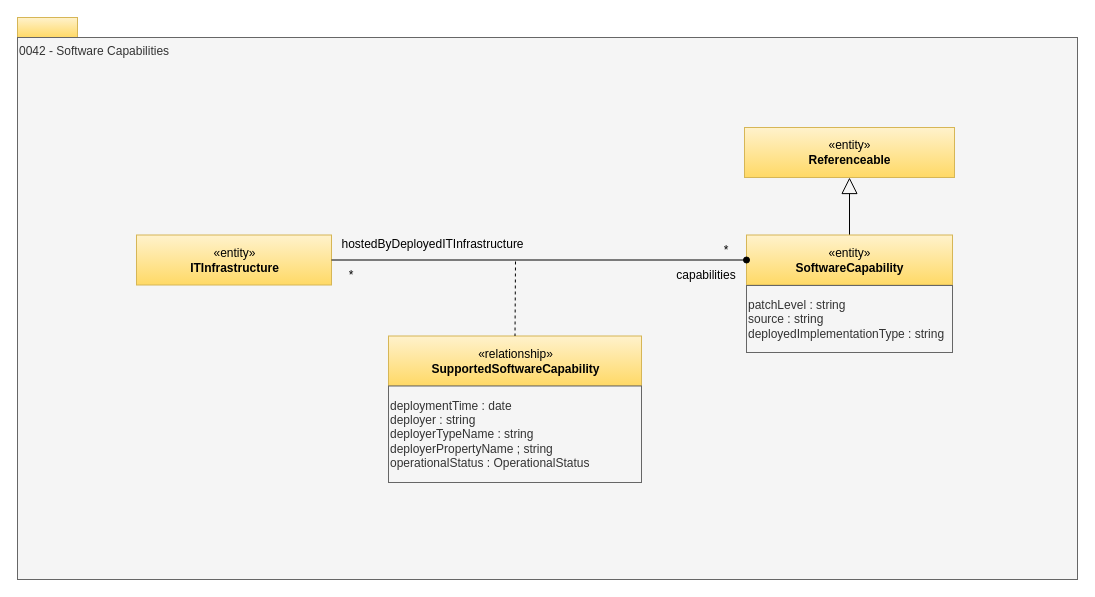
Above: page "0042-Software-Capabilities" (25 of 32) of site/docs/types/0/area-0-basic-types-and-infrastructure.drawio in odpi/egeria-docs (draw.io), before the change. Source tidied: cells renumbered, new cells numbered last; positions are measured from the earlier drawing's top-left corner, leaving out a move shared by most shapes. Both pictures are drawn from the tidied source at 100%, with x=0, y=0 at pixel (17, 17).
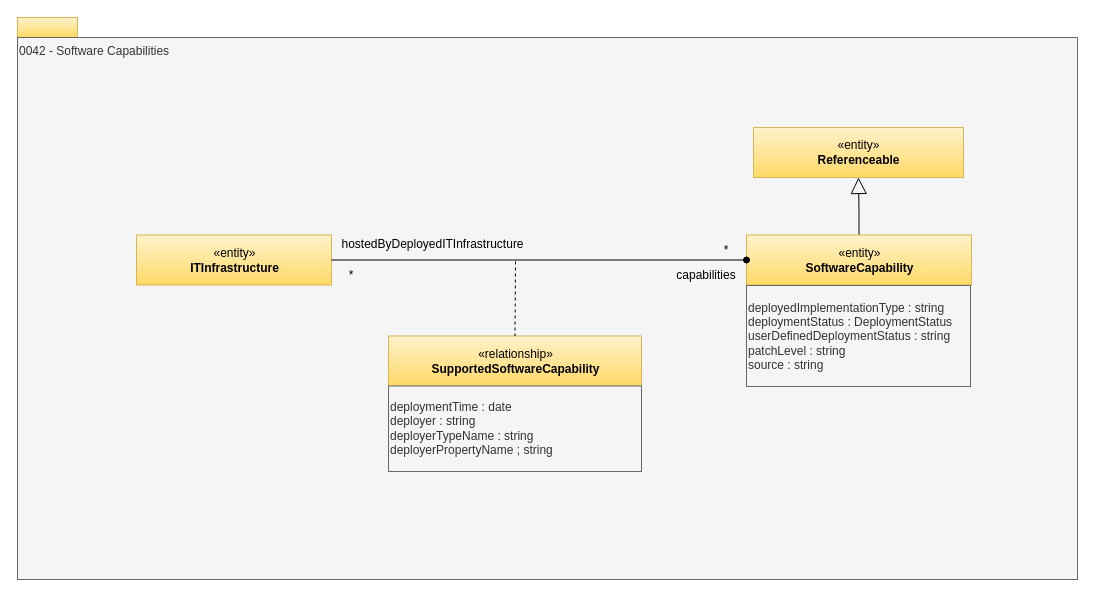
After the change.

The edit, as a diff of the source:
```diff
@@
 <mxGraphModel>
   <root>
     <mxCell id="0" />
     <mxCell id="1" parent="0" />
     <mxCell id="2" style="rounded=0;whiteSpace=wrap;html=1;align=left;fillColor=#fff2cc;strokeColor=#d6b656;gradientColor=#ffd966;" parent="1" vertex="1">
       <mxGeometry width="60" height="20" as="geometry" />
     </mxCell>
     <mxCell id="3" value="0042 - Software Capabilities" style="rounded=0;whiteSpace=wrap;html=1;align=left;verticalAlign=top;fillColor=#f5f5f5;fontColor=#333333;strokeColor=#666666;" parent="1" vertex="1">
       <mxGeometry y="20" width="1060" height="542" as="geometry" />
     </mxCell>
     <mxCell id="4" value="«entity»&lt;br&gt;&lt;b&gt;ITInfrastructure&lt;/b&gt;" style="html=1;strokeColor=#d6b656;align=center;fillColor=#fff2cc;gradientColor=#ffd966;" parent="1" vertex="1">
       <mxGeometry x="119" y="217.5" width="195" height="50" as="geometry" />
     </mxCell>
     <mxCell id="5" value="«relationship»&lt;br&gt;&lt;b&gt;Supported&lt;/b&gt;&lt;b&gt;SoftwareCapability&lt;/b&gt;" style="html=1;strokeColor=#d6b656;align=center;fillColor=#fff2cc;gradientColor=#ffd966;" parent="1" vertex="1">
       <mxGeometry x="371" y="318.5" width="253" height="50" as="geometry" />
     </mxCell>
     <mxCell id="6" style="endArrow=none;dashed=1;html=1;entryX=0.5;entryY=0;" parent="1" edge="1" target="5">
       <mxGeometry relative="1" as="geometry">
         <mxPoint x="498" y="244" as="sourcePoint" />
       </mxGeometry>
     </mxCell>
     <mxCell id="7" style="edgeStyle=orthogonalEdgeStyle;rounded=0;jettySize=auto;html=1;endArrow=block;endFill=0;endSize=14;" parent="1" edge="1" source="8" target="13">
       <mxGeometry relative="1" as="geometry" />
     </mxCell>
     <mxCell id="8" value="«entity»&lt;br&gt;&lt;b&gt;SoftwareCapability&lt;/b&gt;" style="html=1;strokeColor=#d6b656;align=center;fillColor=#fff2cc;gradientColor=#ffd966;" parent="1" vertex="1">
-      <mxGeometry x="729" y="217.5" width="206" height="50" as="geometry" />
+      <mxGeometry x="729" y="217.5" width="225" height="50" as="geometry" />
     </mxCell>
-    <mxCell id="9" value="patchLevel : string&lt;br&gt;source : string&lt;br&gt;deployedImplementationType : string" style="rounded=0;whiteSpace=wrap;html=1;strokeColor=#666666;align=left;fillColor=#f5f5f5;fontColor=#333333;" parent="1" vertex="1">
-      <mxGeometry x="729" y="268" width="206" height="67" as="geometry" />
+    <mxCell id="9" value="deployedImplementationType : string&lt;div&gt;deploymentStatus : DeploymentStatus&lt;br&gt;&lt;span style=&quot;background-color: transparent; color: light-dark(rgb(51, 51, 51), rgb(193, 193, 193));&quot;&gt;userDefinedDeploymentStatus : string&lt;/span&gt;&lt;div&gt;patchLevel : string&lt;br&gt;source : string&lt;br&gt;&lt;/div&gt;&lt;/div&gt;" style="rounded=0;whiteSpace=wrap;html=1;strokeColor=#666666;align=left;fillColor=#f5f5f5;fontColor=#333333;" parent="1" vertex="1">
+      <mxGeometry x="729" y="268" width="224" height="101" as="geometry" />
     </mxCell>
     <mxCell id="10" value="*" style="text;html=1;strokeColor=none;fillColor=none;align=center;verticalAlign=middle;whiteSpace=wrap;rounded=0;" parent="1" vertex="1">
       <mxGeometry x="314" y="247.5" width="40" height="20" as="geometry" />
     </mxCell>
     <mxCell id="11" value="*" style="text;html=1;strokeColor=none;fillColor=none;align=center;verticalAlign=middle;whiteSpace=wrap;rounded=0;" parent="1" vertex="1">
       <mxGeometry x="689" y="222.5" width="40" height="20" as="geometry" />
     </mxCell>
     <mxCell id="12" value="capabilities" style="text;html=1;strokeColor=none;fillColor=none;align=center;verticalAlign=middle;whiteSpace=wrap;rounded=0;" parent="1" vertex="1">
       <mxGeometry x="651" y="247.5" width="76" height="20" as="geometry" />
     </mxCell>
     <mxCell id="13" value="«entity»&lt;br&gt;&lt;b&gt;Referenceable&lt;/b&gt;" style="html=1;strokeColor=#d6b656;align=center;fillColor=#fff2cc;gradientColor=#ffd966;" parent="1" vertex="1">
-      <mxGeometry x="727" y="110" width="210" height="50" as="geometry" />
+      <mxGeometry x="736" y="110" width="210" height="50" as="geometry" />
     </mxCell>
-    <mxCell id="14" value="deploymentTime : date&lt;br&gt;deployer : string&lt;br&gt;deployerTypeName : string&lt;br&gt;deployerPropertyName ; string&lt;br&gt;operationalStatus : OperationalStatus" style="rounded=0;whiteSpace=wrap;html=1;strokeColor=#666666;align=left;fillColor=#f5f5f5;fontColor=#333333;" parent="1" vertex="1">
-      <mxGeometry x="371" y="368.5" width="253" height="96.5" as="geometry" />
+    <mxCell id="14" value="deploymentTime : date&lt;br&gt;deployer : string&lt;br&gt;deployerTypeName : string&lt;br&gt;deployerPropertyName ; string" style="rounded=0;whiteSpace=wrap;html=1;strokeColor=#666666;align=left;fillColor=#f5f5f5;fontColor=#333333;" parent="1" vertex="1">
+      <mxGeometry x="371" y="368.5" width="253" height="85.5" as="geometry" />
     </mxCell>
     <mxCell id="15" value="hostedByDeployedITInfrastructure" style="text;html=1;align=center;verticalAlign=middle;strokeColor=none;fillColor=none;" parent="1" vertex="1">
       <mxGeometry x="319" y="217.5" width="192" height="18" as="geometry" />
     </mxCell>
     <mxCell id="16" style="endArrow=none;html=1;startArrow=oval;startFill=1;" parent="1" edge="1" source="8" target="4">
       <mxGeometry relative="1" as="geometry" />
     </mxCell>
   </root>
 </mxGraphModel>
```
